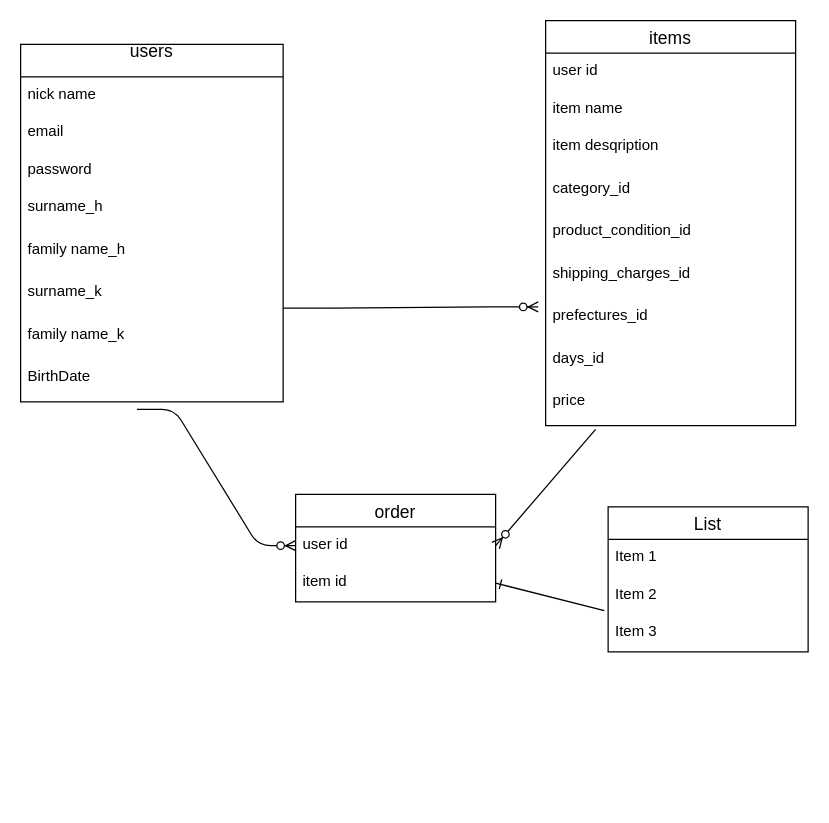
The draw.io diagram .dio in nene4869/furima-31624, before the edit. Source tidied: cells renumbered, new cells numbered last; positions are measured from the earlier drawing's top-left corner, leaving out a move shared by most shapes. Both pictures are drawn from the tidied source at 125%, with x=0, y=0 at pixel (20, 20).
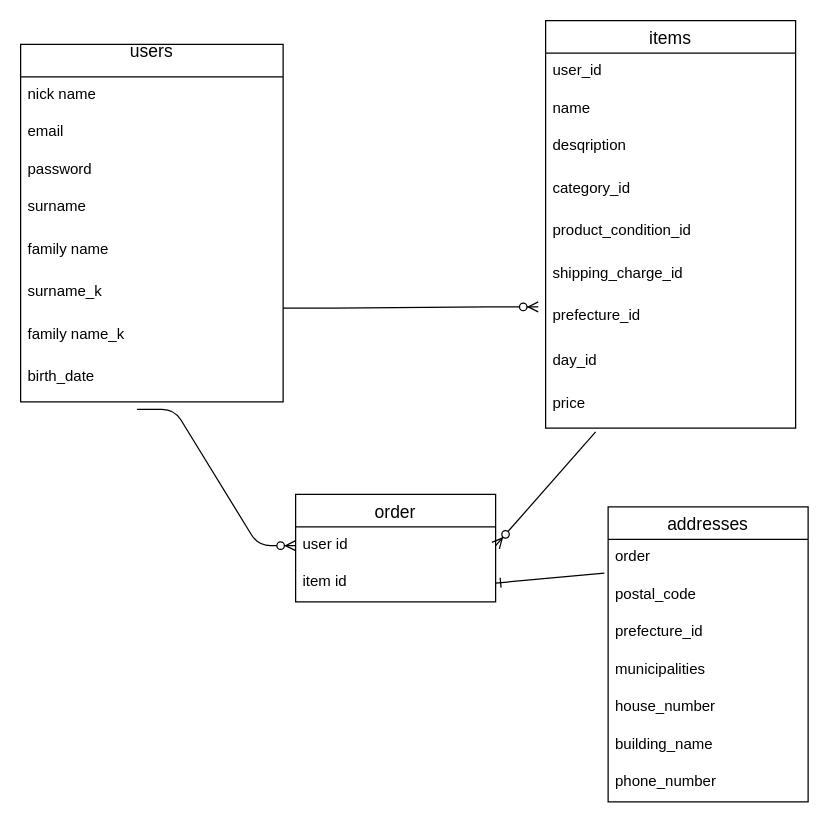
After the change.

Unchanged cells that the change refers to:
```xml
<mxCell id="3" value="users&#10;" style="swimlane;fontStyle=0;horizontal=1;startSize=26;align=center;fontSize=14;" parent="1" vertex="1">
  <mxGeometry y="19" width="210" height="286" as="geometry" />
</mxCell>
```

What changed in the source:
```diff
@@
-    <mxCell id="7" value="surname_h&#10;" style="text;strokeColor=none;fillColor=none;spacingLeft=4;spacingRight=4;overflow=hidden;fontSize=12;" parent="3" vertex="1">
+    <mxCell id="7" value="surname&#10;" style="text;strokeColor=none;fillColor=none;spacingLeft=4;spacingRight=4;overflow=hidden;fontSize=12;" parent="3" vertex="1">
       <mxGeometry y="116" width="210" height="34" as="geometry" />
     </mxCell>
-    <mxCell id="8" value="family name_h&#10;" style="text;strokeColor=none;fillColor=none;spacingLeft=4;spacingRight=4;overflow=hidden;fontSize=12;" parent="3" vertex="1">
+    <mxCell id="8" value="family name&#10;" style="text;strokeColor=none;fillColor=none;spacingLeft=4;spacingRight=4;overflow=hidden;fontSize=12;" parent="3" vertex="1">
       <mxGeometry y="150" width="210" height="34" as="geometry" />
     </mxCell>
@@
-    <mxCell id="11" value="BirthDate" style="text;strokeColor=none;fillColor=none;spacingLeft=4;spacingRight=4;overflow=hidden;points=[[0,0.5],[1,0.5]];portConstraint=eastwest;fontSize=12;" parent="3" vertex="1">
+    <mxCell id="11" value="birth_date" style="text;strokeColor=none;fillColor=none;spacingLeft=4;spacingRight=4;overflow=hidden;points=[[0,0.5],[1,0.5]];portConstraint=eastwest;fontSize=12;" parent="3" vertex="1">
       <mxGeometry y="252" width="210" height="34" as="geometry" />
     </mxCell>
     <mxCell id="12" value="items" style="swimlane;fontStyle=0;horizontal=1;startSize=26;align=center;fontSize=14;" parent="1" vertex="1">
-      <mxGeometry x="420" width="200" height="324" as="geometry" />
+      <mxGeometry x="420" width="200" height="326" as="geometry" />
     </mxCell>
-    <mxCell id="13" value="user id" style="text;strokeColor=none;fillColor=none;spacingLeft=4;spacingRight=4;overflow=hidden;fontSize=12;" parent="12" vertex="1">
+    <mxCell id="13" value="user_id" style="text;strokeColor=none;fillColor=none;spacingLeft=4;spacingRight=4;overflow=hidden;fontSize=12;" parent="12" vertex="1">
       <mxGeometry y="26" width="200" height="30" as="geometry" />
     </mxCell>
-    <mxCell id="14" value="item name" style="text;strokeColor=none;fillColor=none;spacingLeft=4;spacingRight=4;overflow=hidden;fontSize=12;" parent="12" vertex="1">
+    <mxCell id="14" value="name" style="text;strokeColor=none;fillColor=none;spacingLeft=4;spacingRight=4;overflow=hidden;fontSize=12;" parent="12" vertex="1">
       <mxGeometry y="56" width="200" height="30" as="geometry" />
     </mxCell>
-    <mxCell id="15" value="item desqription" style="text;strokeColor=none;fillColor=none;spacingLeft=4;spacingRight=4;overflow=hidden;fontSize=12;" parent="12" vertex="1">
+    <mxCell id="15" value="desqription" style="text;strokeColor=none;fillColor=none;spacingLeft=4;spacingRight=4;overflow=hidden;fontSize=12;" parent="12" vertex="1">
       <mxGeometry y="86" width="200" height="34" as="geometry" />
     </mxCell>
@@
-    <mxCell id="18" value="shipping_charges_id " style="text;strokeColor=none;fillColor=none;spacingLeft=4;spacingRight=4;overflow=hidden;fontSize=12;" parent="12" vertex="1">
+    <mxCell id="18" value="shipping_charge_id " style="text;strokeColor=none;fillColor=none;spacingLeft=4;spacingRight=4;overflow=hidden;fontSize=12;" parent="12" vertex="1">
       <mxGeometry y="188" width="200" height="34" as="geometry" />
     </mxCell>
-    <mxCell id="19" value="prefectures_id " style="text;strokeColor=none;fillColor=none;spacingLeft=4;spacingRight=4;overflow=hidden;fontSize=12;" parent="12" vertex="1">
-      <mxGeometry y="222" width="200" height="34" as="geometry" />
+    <mxCell id="19" value="prefecture_id " style="text;strokeColor=none;fillColor=none;spacingLeft=4;spacingRight=4;overflow=hidden;fontSize=12;" parent="12" vertex="1">
+      <mxGeometry y="222" width="200" height="36" as="geometry" />
     </mxCell>
-    <mxCell id="20" value="days_id " style="text;strokeColor=none;fillColor=none;spacingLeft=4;spacingRight=4;overflow=hidden;fontSize=12;" parent="12" vertex="1">
-      <mxGeometry y="256" width="200" height="34" as="geometry" />
+    <mxCell id="20" value="day_id " style="text;strokeColor=none;fillColor=none;spacingLeft=4;spacingRight=4;overflow=hidden;fontSize=12;" parent="12" vertex="1">
+      <mxGeometry y="258" width="200" height="34" as="geometry" />
     </mxCell>
     <mxCell id="21" value="price" style="text;strokeColor=none;fillColor=none;spacingLeft=4;spacingRight=4;overflow=hidden;points=[[0,0.5],[1,0.5]];portConstraint=eastwest;fontSize=12;" parent="12" vertex="1">
-      <mxGeometry y="290" width="200" height="34" as="geometry" />
+      <mxGeometry y="292" width="200" height="34" as="geometry" />
     </mxCell>
@@
-    <mxCell id="26" value="List" style="swimlane;fontStyle=0;horizontal=1;startSize=26;align=center;fontSize=14;" parent="1" vertex="1">
-      <mxGeometry x="470" y="389" width="160" height="116" as="geometry" />
+    <mxCell id="26" value="addresses" style="swimlane;fontStyle=0;horizontal=1;startSize=26;align=center;fontSize=14;" parent="1" vertex="1">
+      <mxGeometry x="470" y="389" width="160" height="236" as="geometry" />
     </mxCell>
-    <mxCell id="27" value="Item 1" style="text;strokeColor=none;fillColor=none;spacingLeft=4;spacingRight=4;overflow=hidden;fontSize=12;" parent="26" vertex="1">
-      <mxGeometry y="26" width="160" height="30" as="geometry" />
-    </mxCell>
-    <mxCell id="28" value="Item 2" style="text;strokeColor=none;fillColor=none;spacingLeft=4;spacingRight=4;overflow=hidden;points=[[0,0.5],[1,0.5]];portConstraint=eastwest;fontSize=12;" parent="26" vertex="1">
-      <mxGeometry y="56" width="160" height="30" as="geometry" />
+    <mxCell id="28" value="order " style="text;strokeColor=none;fillColor=none;spacingLeft=4;spacingRight=4;overflow=hidden;points=[[0,0.5],[1,0.5]];portConstraint=eastwest;fontSize=12;" parent="26" vertex="1">
+      <mxGeometry y="26" width="160" height="30" as="geometry" />
     </mxCell>
-    <mxCell id="29" value="Item 3" style="text;strokeColor=none;fillColor=none;spacingLeft=4;spacingRight=4;overflow=hidden;fontSize=12;" parent="26" vertex="1">
-      <mxGeometry y="86" width="160" height="30" as="geometry" />
+    <mxCell id="29" value="postal_code" style="text;strokeColor=none;fillColor=none;spacingLeft=4;spacingRight=4;overflow=hidden;fontSize=12;" parent="26" vertex="1">
+      <mxGeometry y="56" width="160" height="30" as="geometry" />
     </mxCell>
+    <mxCell id="32" value="prefecture_id " style="text;strokeColor=none;fillColor=none;spacingLeft=4;spacingRight=4;overflow=hidden;fontSize=12;" parent="26" vertex="1">
+      <mxGeometry y="86" width="160" height="30" as="geometry" />
+    </mxCell>
+    <mxCell id="33" value="municipalities" style="text;strokeColor=none;fillColor=none;spacingLeft=4;spacingRight=4;overflow=hidden;fontSize=12;" parent="26" vertex="1">
+      <mxGeometry y="116" width="160" height="30" as="geometry" />
+    </mxCell>
+    <mxCell id="34" value="house_number" style="text;strokeColor=none;fillColor=none;spacingLeft=4;spacingRight=4;overflow=hidden;fontSize=12;" parent="26" vertex="1">
+      <mxGeometry y="146" width="160" height="30" as="geometry" />
+    </mxCell>
+    <mxCell id="35" value="building_name" style="text;strokeColor=none;fillColor=none;spacingLeft=4;spacingRight=4;overflow=hidden;fontSize=12;" parent="26" vertex="1">
+      <mxGeometry y="176" width="160" height="30" as="geometry" />
+    </mxCell>
+    <mxCell id="36" value="phone_number" style="text;strokeColor=none;fillColor=none;spacingLeft=4;spacingRight=4;overflow=hidden;fontSize=12;" parent="26" vertex="1">
+      <mxGeometry y="206" width="160" height="30" as="geometry" />
+    </mxCell>
```
